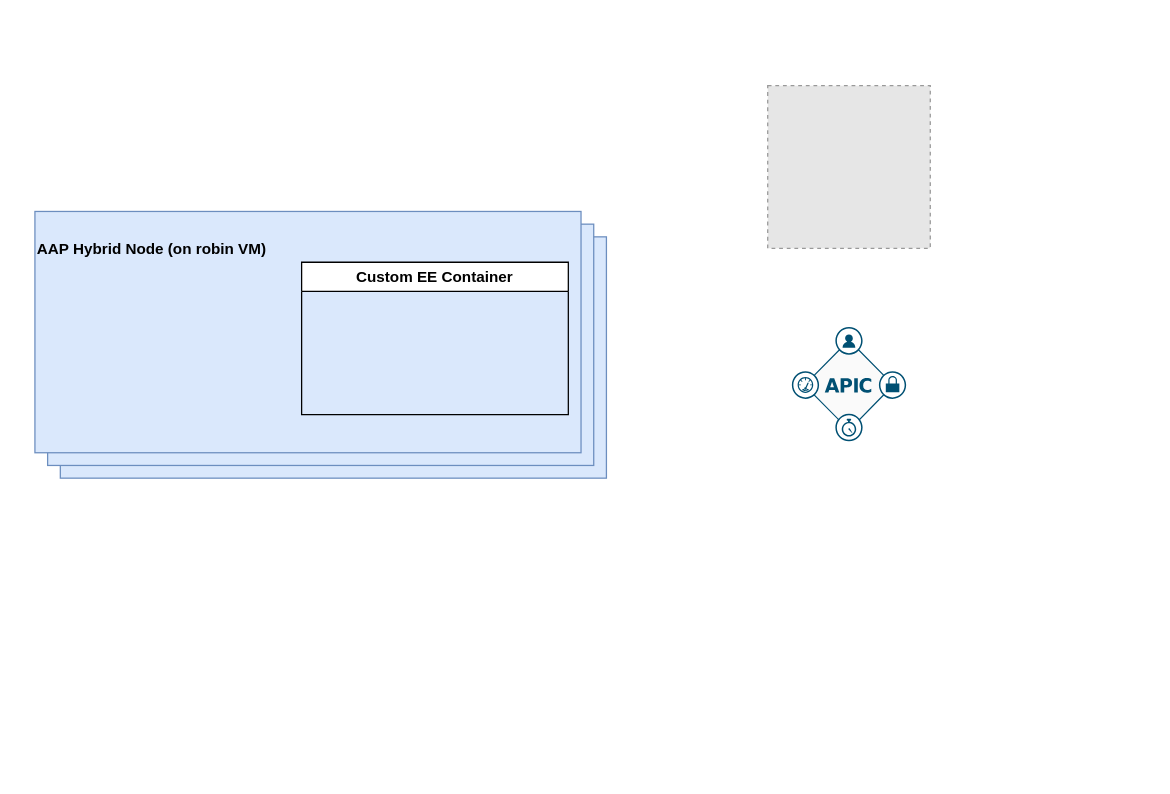
Above: page "RAAP" (2 of 2) of Entire_Design_img.drawio in nhanawa/drawio (draw.io), before the change. Source tidied: cells renumbered, new cells numbered last; positions are measured from the earlier drawing's top-left corner, leaving out a move shared by most shapes. Both pictures are drawn from the tidied source at 127%, with x=0, y=0 at pixel (34, 85). Pictures stored in the file or linked from it are replaced by grey dashed boxes.
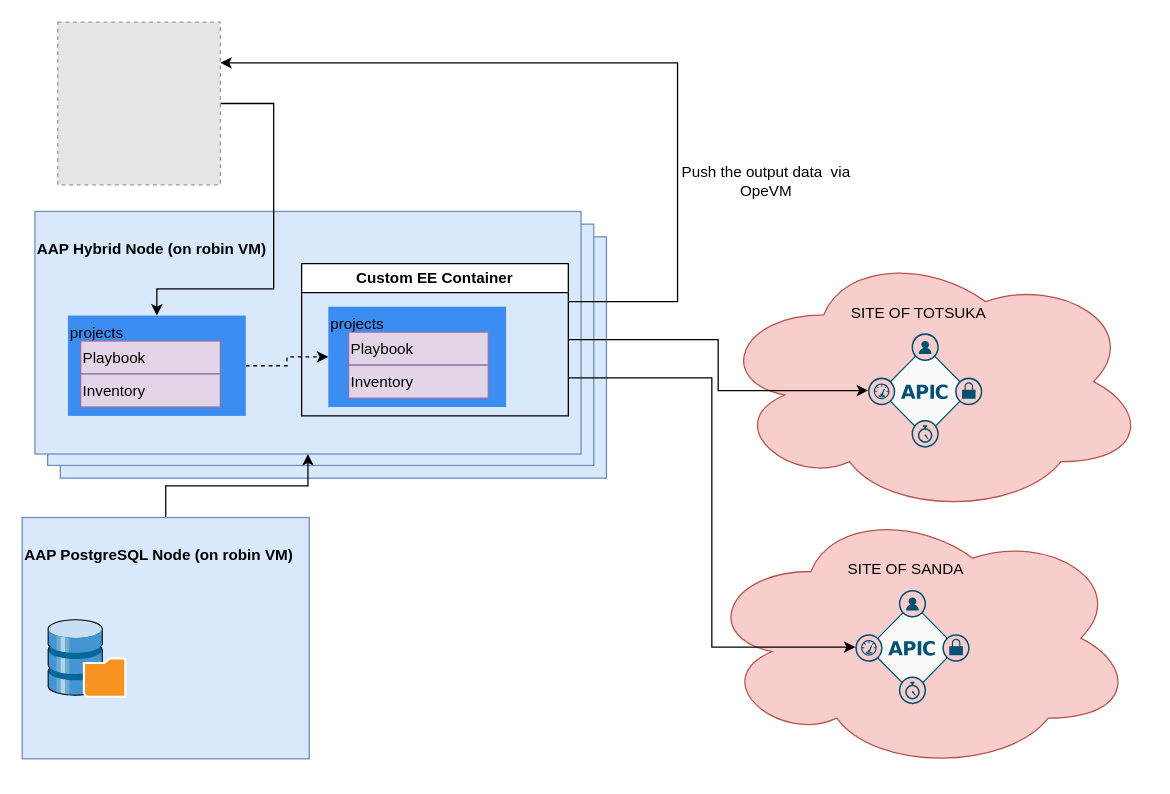
The same page after the edit.

Diff of the diagram source:
```diff
@@
+    <mxCell id="8" style="ellipse;shape=cloud;whiteSpace=wrap;html=1;fillColor=#f8cecc;strokeColor=#b85450;" parent="1" vertex="1">
+      <mxGeometry x="526" y="330" width="340" height="210" as="geometry" />
+    </mxCell>
+    <mxCell id="9" style="ellipse;shape=cloud;whiteSpace=wrap;html=1;fillColor=#f8cecc;strokeColor=#b85450;" parent="1" vertex="1">
+      <mxGeometry x="536" y="128" width="340" height="210" as="geometry" />
+    </mxCell>
@@
     <mxCell id="4" value="&lt;h4&gt;AAP Hybrid Node (on robin VM)&lt;/h4&gt;&lt;div style=&quot;&quot;&gt;&lt;/div&gt;" style="rounded=0;whiteSpace=wrap;html=1;fillColor=#dae8fc;strokeColor=#6c8ebf;align=left;imageVerticalAlign=middle;verticalAlign=top;" parent="1" vertex="1">
-      <mxGeometry y="99" width="430" height="190" as="geometry" />
+      <mxGeometry y="99" width="430" height="191" as="geometry" />
     </mxCell>
     <mxCell id="5" style="points=[[0.5,0,0],[1,0.5,0],[0.5,1,0],[0,0.5,0],[0.305,0.305,0],[0.695,0.305,0],[0.7,0.7,0],[0.3,0.7,0]];verticalLabelPosition=bottom;sketch=0;html=1;verticalAlign=top;align=center;shape=mxgraph.cisco19.rect;prIcon=aci;fillColor=#FAFAFA;strokeColor=#005073;fontFamily=Helvetica;" parent="1" vertex="1">
-      <mxGeometry x="596" y="190" width="90" height="90" as="geometry" />
+      <mxGeometry x="656" y="195" width="90" height="90" as="geometry" />
     </mxCell>
+    <mxCell id="10" style="edgeStyle=orthogonalEdgeStyle;rounded=0;jettySize=auto;html=1;exitX=1;exitY=0.5;exitDx=0;exitDy=0;entryX=0;entryY=0.5;entryDx=0;entryDy=0;entryPerimeter=0;" parent="1" edge="1" source="6" target="5">
+      <mxGeometry relative="1" as="geometry" />
+    </mxCell>
+    <mxCell id="11" style="edgeStyle=orthogonalEdgeStyle;rounded=0;jettySize=auto;html=1;exitX=1;exitY=0.25;exitDx=0;exitDy=0;entryX=1;entryY=0.25;entryDx=0;entryDy=0;strokeColor=#000000;" parent="1" edge="1" source="6" target="7">
+      <mxGeometry relative="1" as="geometry">
+        <Array as="points">
+          <mxPoint x="506" y="170" />
+          <mxPoint x="506" y="-18" />
+        </Array>
+      </mxGeometry>
+    </mxCell>
+    <mxCell id="12" style="edgeStyle=orthogonalEdgeStyle;rounded=0;jettySize=auto;html=1;exitX=1;exitY=0.75;exitDx=0;exitDy=0;entryX=0;entryY=0.5;entryDx=0;entryDy=0;entryPerimeter=0;strokeColor=#000000;" parent="1" edge="1" source="6" target="26">
+      <mxGeometry relative="1" as="geometry" />
+    </mxCell>
     <mxCell id="6" value="Custom EE Container" style="swimlane;whiteSpace=wrap;html=1;fontFamily=Helvetica;" parent="1" vertex="1">
-      <mxGeometry x="210" y="139" width="210" height="120" as="geometry" />
+      <mxGeometry x="210" y="140" width="210" height="120" as="geometry" />
     </mxCell>
+    <mxCell id="13" style="edgeStyle=orthogonalEdgeStyle;rounded=0;jettySize=auto;html=1;exitX=1;exitY=0.5;exitDx=0;exitDy=0;" parent="1" edge="1" source="7" target="18">
+      <mxGeometry relative="1" as="geometry">
+        <Array as="points">
+          <mxPoint x="188" y="14" />
+          <mxPoint x="188" y="160" />
+          <mxPoint x="96" y="160" />
+        </Array>
+      </mxGeometry>
+    </mxCell>
     <mxCell id="7" style="fillColor=#E6E6E6;strokeColor=#999999;dashed=1;html=1;verticalAlign=top;verticalLabelPosition=bottom;labelBackgroundColor=#ffffff;fontFamily=Helvetica;" parent="1" vertex="1">
-      <mxGeometry x="577" width="128" height="128" as="geometry" />
+      <mxGeometry x="18" y="-50" width="128" height="128" as="geometry" />
     </mxCell>
+    <mxCell id="14" style="edgeStyle=orthogonalEdgeStyle;rounded=0;jettySize=auto;html=1;exitX=0.5;exitY=0;exitDx=0;exitDy=0;" parent="1" edge="1" source="15" target="4">
+      <mxGeometry relative="1" as="geometry" />
+    </mxCell>
+    <mxCell id="15" value="&lt;h4&gt;AAP PostgreSQL Node (on robin VM)&lt;/h4&gt;&lt;div style=&quot;&quot;&gt;&lt;/div&gt;" style="rounded=0;whiteSpace=wrap;html=1;fillColor=#dae8fc;strokeColor=#6c8ebf;align=left;imageVerticalAlign=middle;verticalAlign=top;" parent="1" vertex="1">
+      <mxGeometry x="-10" y="340" width="226" height="190" as="geometry" />
+    </mxCell>
+    <mxCell id="16" style="shadow=0;dashed=0;html=1;labelPosition=center;verticalLabelPosition=bottom;verticalAlign=top;align=center;shape=mxgraph.veeam.3d.backup_repository;" parent="1" vertex="1">
+      <mxGeometry x="10" y="420" width="62" height="62" as="geometry" />
+    </mxCell>
+    <mxCell id="17" style="edgeStyle=orthogonalEdgeStyle;rounded=0;jettySize=auto;html=1;exitX=1;exitY=0.5;exitDx=0;exitDy=0;entryX=0;entryY=0.5;entryDx=0;entryDy=0;dashed=1;" parent="1" edge="1" source="18" target="21">
+      <mxGeometry relative="1" as="geometry" />
+    </mxCell>
+    <mxCell id="18" value="projects" style="whiteSpace=wrap;html=1;verticalAlign=top;fillColor=#3B8DF1;strokeColor=none;sketch=0;shadow=0;align=left;" parent="1" vertex="1">
+      <mxGeometry x="26" y="181" width="140" height="79" as="geometry" />
+    </mxCell>
+    <mxCell id="19" value="Playbook" style="whiteSpace=wrap;html=1;verticalAlign=top;fillColor=#e1d5e7;strokeColor=#9673a6;sketch=0;shadow=0;align=left;" parent="1" vertex="1">
+      <mxGeometry x="36" y="201" width="110" height="26" as="geometry" />
+    </mxCell>
+    <mxCell id="20" value="Inventory" style="whiteSpace=wrap;html=1;verticalAlign=top;fillColor=#e1d5e7;strokeColor=#9673a6;sketch=0;shadow=0;align=left;" parent="1" vertex="1">
+      <mxGeometry x="36" y="227" width="110" height="26" as="geometry" />
+    </mxCell>
+    <mxCell id="21" value="projects" style="whiteSpace=wrap;html=1;verticalAlign=top;fillColor=#3B8DF1;strokeColor=none;sketch=0;shadow=0;align=left;" parent="1" vertex="1">
+      <mxGeometry x="231" y="174" width="140" height="79" as="geometry" />
+    </mxCell>
+    <mxCell id="22" value="Playbook" style="whiteSpace=wrap;html=1;verticalAlign=top;fillColor=#e1d5e7;strokeColor=#9673a6;sketch=0;shadow=0;align=left;" parent="1" vertex="1">
+      <mxGeometry x="247" y="194" width="110" height="26" as="geometry" />
+    </mxCell>
+    <mxCell id="23" value="Inventory" style="whiteSpace=wrap;html=1;verticalAlign=top;fillColor=#e1d5e7;strokeColor=#9673a6;sketch=0;shadow=0;align=left;" parent="1" vertex="1">
+      <mxGeometry x="247" y="220" width="110" height="26" as="geometry" />
+    </mxCell>
+    <mxCell id="24" value="Push the output data&amp;nbsp; via OpeVM" style="text;html=1;strokeColor=none;fillColor=none;align=center;verticalAlign=middle;whiteSpace=wrap;rounded=0;" parent="1" vertex="1">
+      <mxGeometry x="496" y="60" width="160" height="30" as="geometry" />
+    </mxCell>
+    <mxCell id="25" value="SITE OF TOTSUKA" style="text;html=1;strokeColor=none;fillColor=none;align=center;verticalAlign=middle;whiteSpace=wrap;rounded=0;" parent="1" vertex="1">
+      <mxGeometry x="616" y="164" width="160" height="30" as="geometry" />
+    </mxCell>
+    <mxCell id="26" style="points=[[0.5,0,0],[1,0.5,0],[0.5,1,0],[0,0.5,0],[0.305,0.305,0],[0.695,0.305,0],[0.7,0.7,0],[0.3,0.7,0]];verticalLabelPosition=bottom;sketch=0;html=1;verticalAlign=top;align=center;shape=mxgraph.cisco19.rect;prIcon=aci;fillColor=#FAFAFA;strokeColor=#005073;fontFamily=Helvetica;" parent="1" vertex="1">
+      <mxGeometry x="646" y="397" width="90" height="90" as="geometry" />
+    </mxCell>
+    <mxCell id="27" value="SITE OF SANDA" style="text;html=1;strokeColor=none;fillColor=none;align=center;verticalAlign=middle;whiteSpace=wrap;rounded=0;" parent="1" vertex="1">
+      <mxGeometry x="606" y="366" width="160" height="30" as="geometry" />
+    </mxCell>
```
